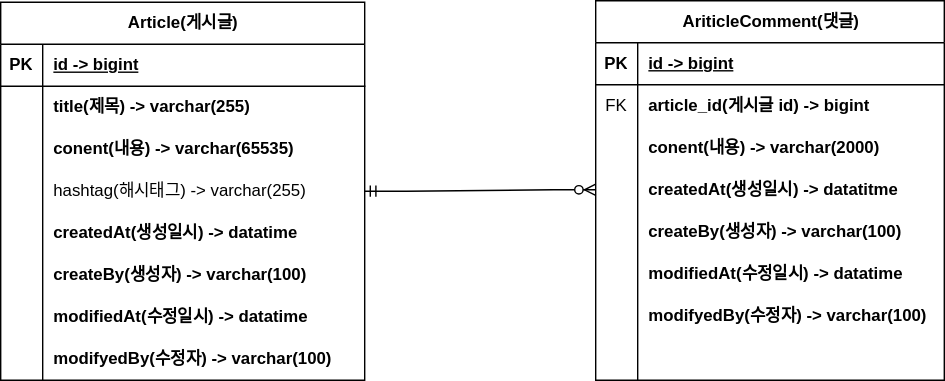
Before: project-board-erd.svg, a diagram exported from draw.io (hoonssss/board). Source tidied: cells renumbered, new cells last; positions are measured from the earlier drawing's top-left corner, leaving out a move shared by most shapes.
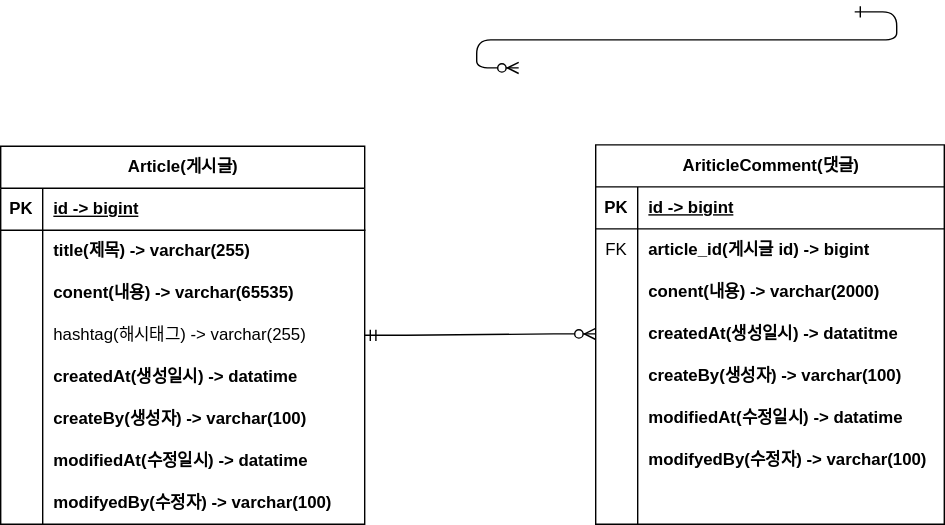
The same diagram one commit later.

Change to the diagram source:
```diff
@@ -2,9 +2,10 @@
   <root>
     <mxCell id="0" />
     <mxCell id="1" parent="0" />
-    <mxCell id="2" style="edgeStyle=entityRelationEdgeStyle;endArrow=ERzeroToMany;startArrow=ERone;endFill=1;startFill=0;" parent="1" edge="1" target="x">
+    <mxCell id="2" style="edgeStyle=entityRelationEdgeStyle;endArrow=ERzeroToMany;startArrow=ERone;endFill=1;startFill=0;" parent="1" edge="1">
       <mxGeometry relative="1" as="geometry">
         <mxPoint x="610" as="sourcePoint" />
+        <mxPoint x="370" y="40" as="targetPoint" />
       </mxGeometry>
     </mxCell>
     <mxCell id="3" value="Article(게시글)" style="shape=table;startSize=30;rowLines=0;fontStyle=1;align=center;html=1;" parent="1" vertex="1">
```
